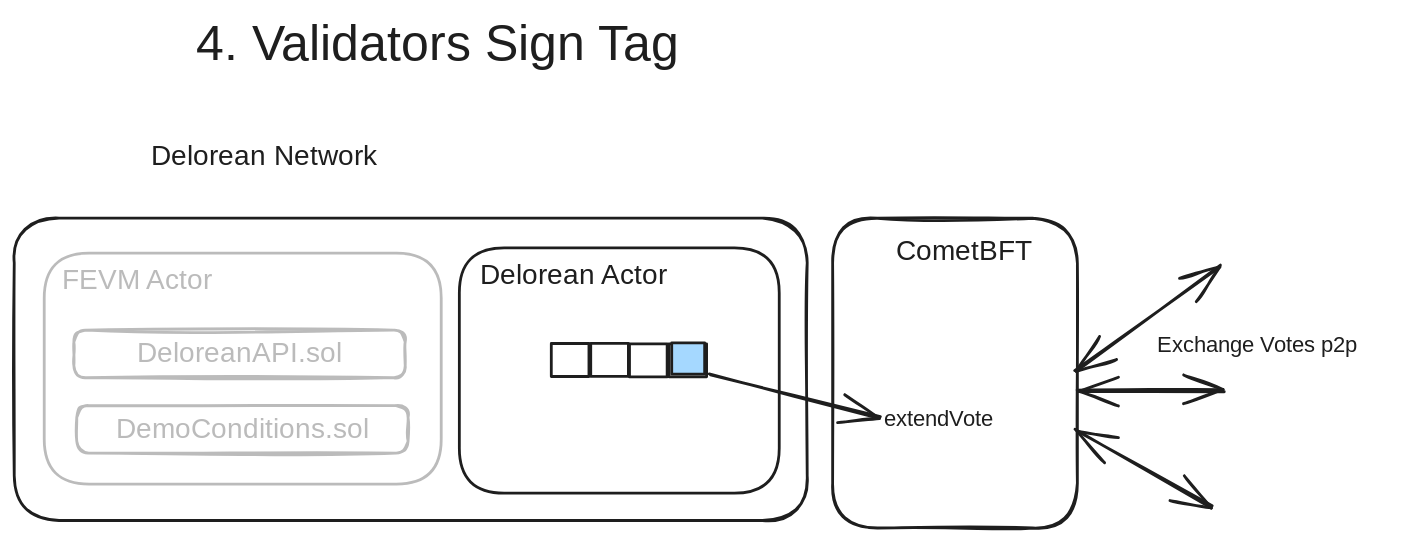
ChainSafe/Delorean-Protocol keeps this Excalidraw diagram as Delorean-Docs/diagrams/flow_4.excalidraw.svg. Above is the earlier version. Source tidied: one line per element, renumbered; positions are measured from the earlier drawing's top-left corner, leaving out a move shared by most shapes.
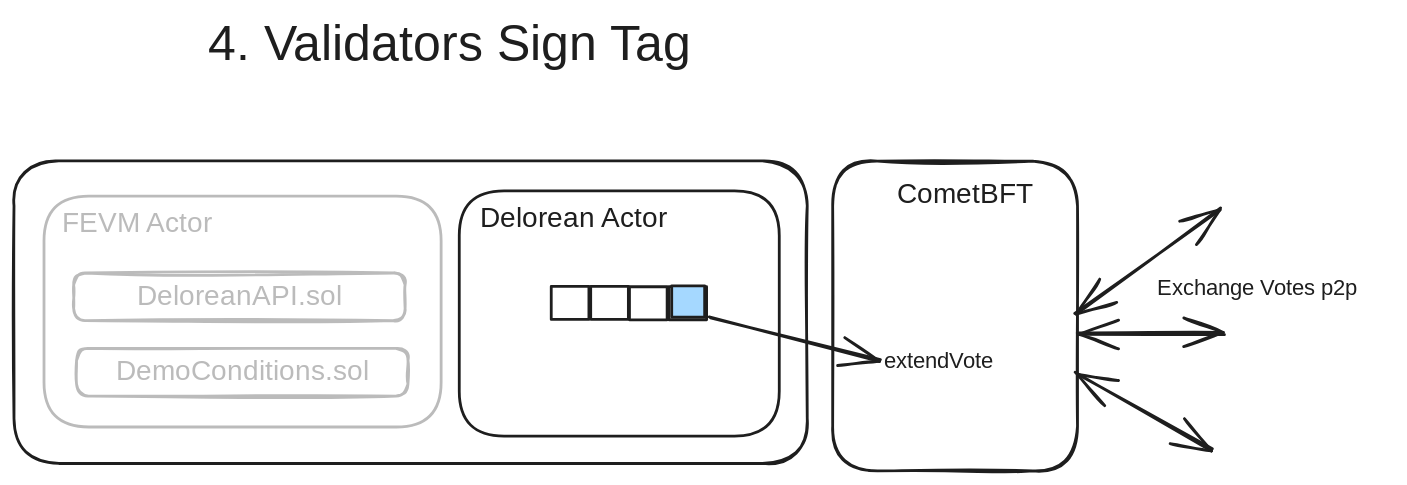
The same file after the commit.

Diff of the diagram source:
```diff
@@ -1,5 +1,4 @@
-{"id": 0, "type": "text", "text": "4. Validators Sign Tag", "strokeColor": "#1e1e1e", "strokeWidth": 2, "roughness": 1, "fontSize": 36, "fontFamily": 3, "x": 130, "y": 0, "width": 464, "height": 43}
+{"id": 0, "type": "text", "text": "4. Validators Sign Tag", "strokeColor": "#1e1e1e", "strokeWidth": 2, "roughness": 1, "fontSize": 36, "fontFamily": 3, "x": 139, "y": 41, "width": 464, "height": 43}
-{"id": 1, "type": "text", "text": "Delorean Network", "strokeColor": "#1e1e1e", "strokeWidth": 2, "roughness": 1, "fontSize": 20, "fontFamily": 3, "x": 97, "y": 90, "width": 188, "height": 24}
 {"id": 2, "type": "rectangle", "strokeColor": "#1e1e1e", "strokeWidth": 2, "roughness": 1, "round": true, "x": 585, "y": 146, "width": 175, "height": 221}
 {"id": 3, "type": "text", "text": "CometBFT", "strokeColor": "#1e1e1e", "strokeWidth": 2, "roughness": 1, "fontSize": 20, "fontFamily": 3, "x": 630, "y": 158, "width": 94, "height": 24}
 {"id": 4, "type": "text", "text": "extendVote", "strokeColor": "#1e1e1e", "strokeWidth": 2, "roughness": 1, "fontSize": 16, "fontFamily": 3, "x": 621, "y": 280, "width": 94, "height": 19}
```
